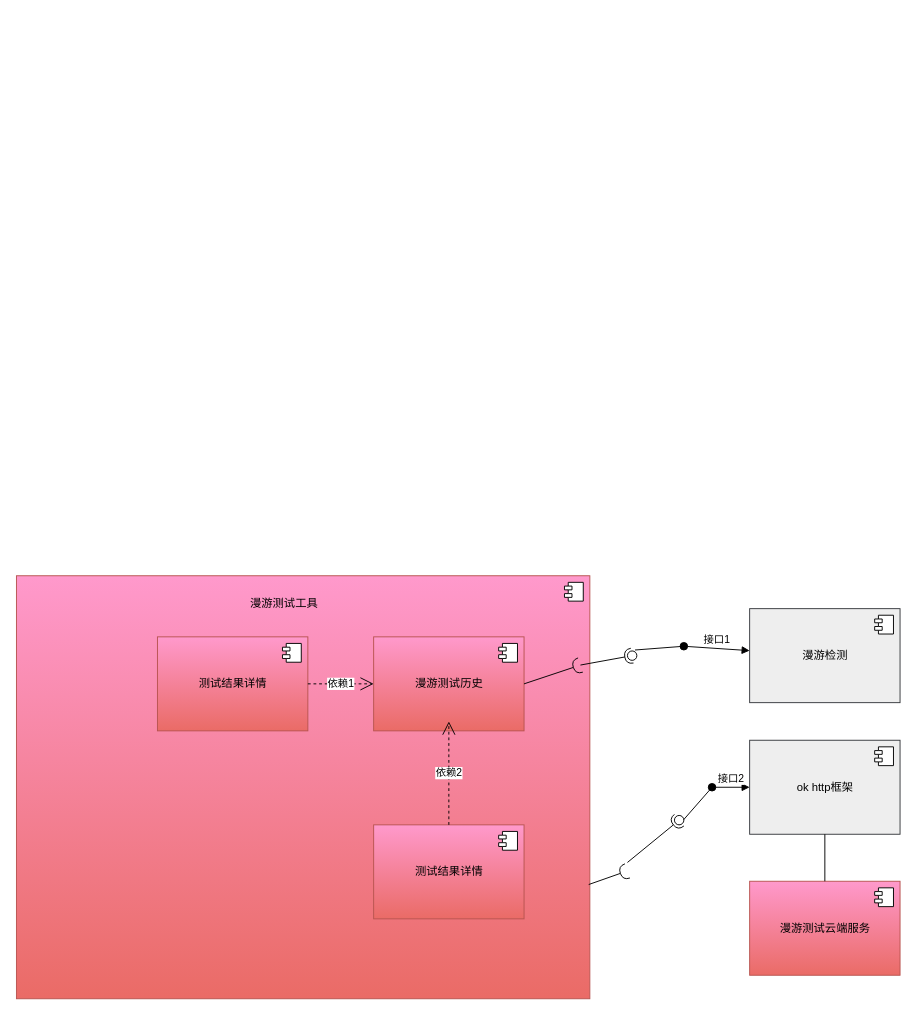
Before: Untitled Diagram.drawio in DaivePan/Daive, a draw.io diagram. Source tidied: cells renumbered, new cells numbered last; positions are measured from the earlier drawing's top-left corner, leaving out a move shared by most shapes. Both pictures are drawn from the tidied source at 94%, with x=0, y=0 at pixel (16, 575).
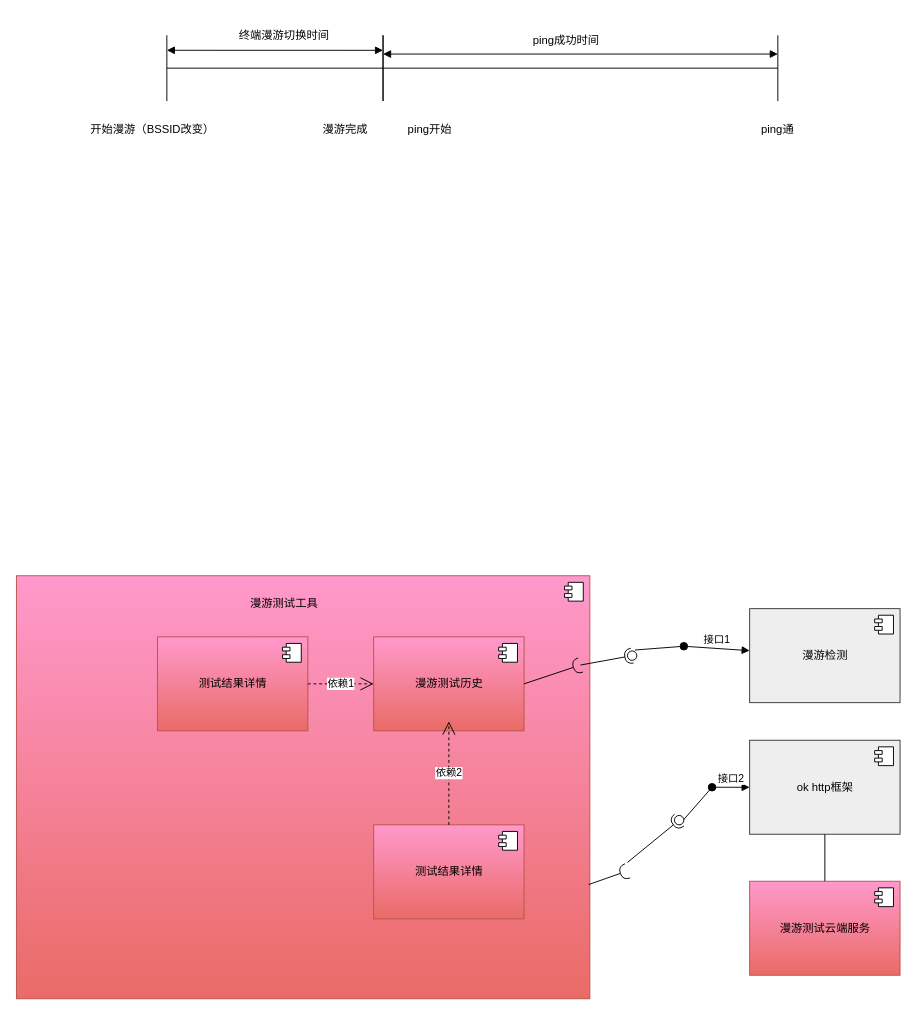
After the change.

What changed in the source:
```diff
@@
+    <mxCell id="30" style="shape=crossbar;whiteSpace=wrap;html=1;rounded=1;" parent="1" vertex="1">
+      <mxGeometry x="160" y="-575" width="230" height="70" as="geometry" />
+    </mxCell>
+    <mxCell id="31" style="shape=crossbar;whiteSpace=wrap;html=1;rounded=1;" parent="1" vertex="1">
+      <mxGeometry x="390" y="-575" width="420" height="70" as="geometry" />
+    </mxCell>
+    <mxCell id="32" style="endArrow=block;startArrow=block;endFill=1;startFill=1;html=1;entryX=0;entryY=0.229;entryDx=0;entryDy=0;entryPerimeter=0;" parent="1" edge="1" target="31">
+      <mxGeometry relative="1" as="geometry">
+        <mxPoint x="160" y="-559" as="sourcePoint" />
+      </mxGeometry>
+    </mxCell>
+    <mxCell id="33" value="终端漫游切换时间" style="text;html=1;strokeColor=none;fillColor=none;align=center;verticalAlign=middle;whiteSpace=wrap;rounded=0;" parent="1" vertex="1">
+      <mxGeometry x="210" y="-595" width="150" height="40" as="geometry" />
+    </mxCell>
+    <mxCell id="34" value="开始漫游（BSSID改变）" style="text;html=1;strokeColor=none;fillColor=none;align=center;verticalAlign=middle;whiteSpace=wrap;rounded=0;" parent="1" vertex="1">
+      <mxGeometry x="70" y="-495" width="150" height="40" as="geometry" />
+    </mxCell>
+    <mxCell id="35" value="漫游完成" style="text;html=1;strokeColor=none;fillColor=none;align=center;verticalAlign=middle;whiteSpace=wrap;rounded=0;" parent="1" vertex="1">
+      <mxGeometry x="310" y="-495" width="80" height="40" as="geometry" />
+    </mxCell>
+    <mxCell id="36" value="ping开始" style="text;html=1;strokeColor=none;fillColor=none;align=center;verticalAlign=middle;whiteSpace=wrap;rounded=0;" parent="1" vertex="1">
+      <mxGeometry x="400" y="-495" width="80" height="40" as="geometry" />
+    </mxCell>
+    <mxCell id="37" value="ping通" style="text;html=1;strokeColor=none;fillColor=none;align=center;verticalAlign=middle;whiteSpace=wrap;rounded=0;" parent="1" vertex="1">
+      <mxGeometry x="770" y="-495" width="80" height="40" as="geometry" />
+    </mxCell>
+    <mxCell id="38" style="endArrow=block;startArrow=block;endFill=1;startFill=1;html=1;" parent="1" edge="1" target="31">
+      <mxGeometry relative="1" as="geometry">
+        <mxPoint x="390" y="-555" as="sourcePoint" />
+        <Array as="points">
+          <mxPoint x="810" y="-555" />
+        </Array>
+      </mxGeometry>
+    </mxCell>
+    <mxCell id="39" value="ping成功时间" style="text;html=1;strokeColor=none;fillColor=none;align=center;verticalAlign=middle;whiteSpace=wrap;rounded=0;" parent="1" vertex="1">
+      <mxGeometry x="510" y="-589" width="150" height="40" as="geometry" />
+    </mxCell>
```
